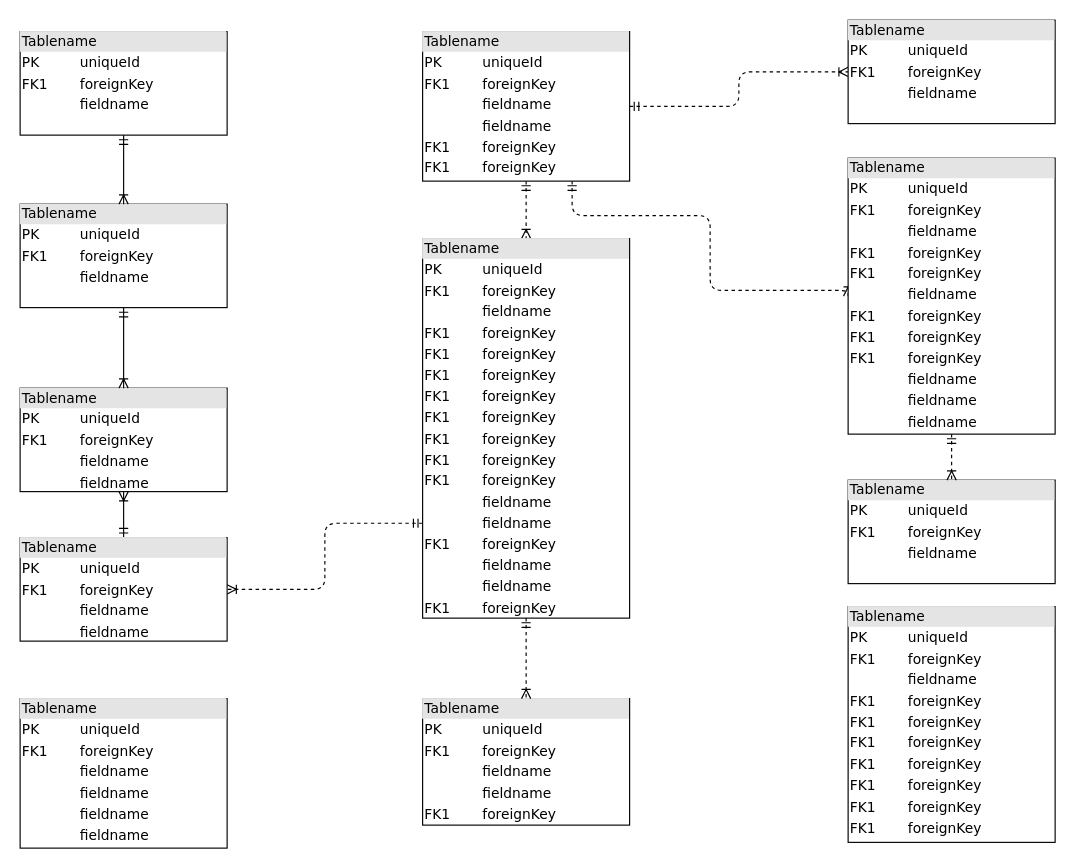
diego30k/vpconnect keeps this draw.io diagram as VPConnect.drawio. Above is the earlier version. Source tidied: cells renumbered, new cells numbered last; positions are measured from the earlier drawing's top-left corner, leaving out a move shared by most shapes. Both pictures are drawn from the tidied source at 115%, with x=0, y=0 at pixel (20, 20).
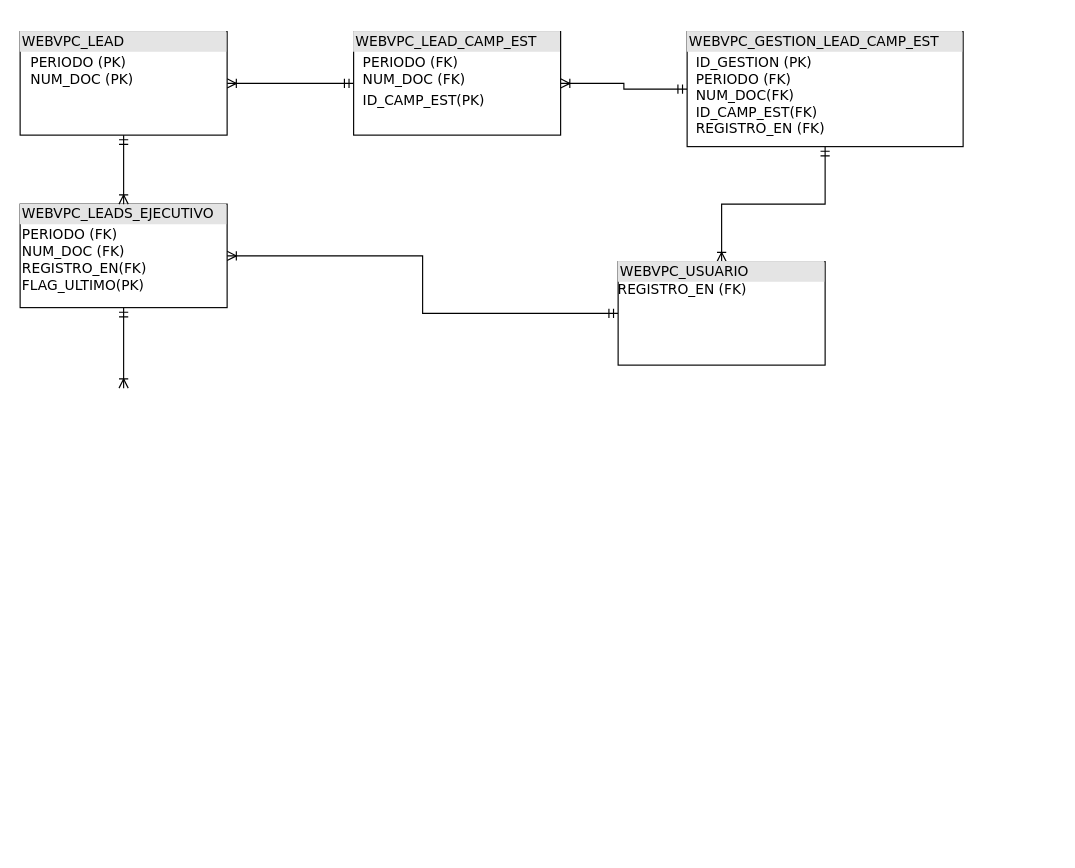
After the change.

Diff of the diagram source:
```diff
@@
+    <mxCell id="23" style="edgeStyle=orthogonalEdgeStyle;rounded=0;jettySize=auto;html=1;entryX=0;entryY=0.5;entryDx=0;entryDy=0;endArrow=ERmandOne;endFill=0;startArrow=ERoneToMany;startFill=0;" parent="1" edge="1" source="2" target="26">
+      <mxGeometry relative="1" as="geometry" />
+    </mxCell>
-    <mxCell id="2" value="&lt;div style=&quot;box-sizing:border-box;width:100%;background:#e4e4e4;padding:2px;&quot;&gt;Tablename&lt;/div&gt;&lt;table style=&quot;width:100%;font-size:1em;&quot; cellpadding=&quot;2&quot; cellspacing=&quot;0&quot;&gt;&lt;tr&gt;&lt;td&gt;PK&lt;/td&gt;&lt;td&gt;uniqueId&lt;/td&gt;&lt;/tr&gt;&lt;tr&gt;&lt;td&gt;FK1&lt;/td&gt;&lt;td&gt;foreignKey&lt;/td&gt;&lt;/tr&gt;&lt;tr&gt;&lt;td&gt;&lt;/td&gt;&lt;td&gt;fieldname&lt;/td&gt;&lt;/tr&gt;&lt;/table&gt;" style="verticalAlign=top;align=left;overflow=fill;html=1;rounded=0;shadow=0;comic=0;labelBackgroundColor=none;strokeWidth=1;fontFamily=Verdana;fontSize=12;" parent="1" vertex="1">
+    <mxCell id="2" value="&lt;div style=&quot;box-sizing: border-box ; width: 100% ; background: #e4e4e4 ; padding: 2px&quot;&gt;WEBVPC_LEAD&lt;/div&gt;&lt;table cellpadding=&quot;2&quot; cellspacing=&quot;0&quot; style=&quot;font-size: 1em ; width: 180px&quot;&gt;&lt;tbody&gt;&lt;tr&gt;&lt;td&gt;&lt;/td&gt;&lt;td&gt;PERIODO (PK)&lt;br&gt;NUM_DOC (PK)&lt;/td&gt;&lt;/tr&gt;&lt;tr&gt;&lt;td&gt;&lt;/td&gt;&lt;td&gt;&lt;br&gt;&lt;/td&gt;&lt;/tr&gt;&lt;/tbody&gt;&lt;/table&gt;" style="verticalAlign=top;align=left;overflow=fill;html=1;rounded=0;shadow=0;comic=0;labelBackgroundColor=none;strokeWidth=1;fontFamily=Verdana;fontSize=12;" parent="1" vertex="1">
       <mxGeometry y="10" width="180" height="90" as="geometry" />
     </mxCell>
-    <mxCell id="3" style="edgeStyle=orthogonalEdgeStyle;html=1;entryX=0.5;entryY=0;dashed=1;labelBackgroundColor=none;startArrow=ERmandOne;endArrow=ERoneToMany;fontFamily=Verdana;fontSize=12;align=left;" parent="1" edge="1" source="6" target="16">
-      <mxGeometry relative="1" as="geometry" />
-    </mxCell>
-    <mxCell id="4" style="edgeStyle=orthogonalEdgeStyle;html=1;dashed=1;labelBackgroundColor=none;startArrow=ERmandOne;endArrow=ERoneToMany;fontFamily=Verdana;fontSize=12;align=left;entryX=0;entryY=0.5;" parent="1" edge="1" source="6" target="19">
-      <mxGeometry relative="1" as="geometry">
-        <Array as="points">
-          <mxPoint x="480" y="170" />
-          <mxPoint x="600" y="170" />
-          <mxPoint x="600" y="235" />
-        </Array>
-      </mxGeometry>
-    </mxCell>
-    <mxCell id="5" style="edgeStyle=orthogonalEdgeStyle;html=1;dashed=1;labelBackgroundColor=none;startArrow=ERmandOne;endArrow=ERoneToMany;fontFamily=Verdana;fontSize=12;align=left;" parent="1" edge="1" source="6" target="20">
-      <mxGeometry relative="1" as="geometry" />
-    </mxCell>
-    <mxCell id="6" value="&lt;div style=&quot;box-sizing: border-box ; width: 100% ; background: #e4e4e4 ; padding: 2px&quot;&gt;Tablename&lt;/div&gt;&lt;table style=&quot;width: 100% ; font-size: 1em&quot; cellpadding=&quot;2&quot; cellspacing=&quot;0&quot;&gt;&lt;tbody&gt;&lt;tr&gt;&lt;td&gt;PK&lt;/td&gt;&lt;td&gt;uniqueId&lt;/td&gt;&lt;/tr&gt;&lt;tr&gt;&lt;td&gt;FK1&lt;/td&gt;&lt;td&gt;foreignKey&lt;/td&gt;&lt;/tr&gt;&lt;tr&gt;&lt;td&gt;&lt;/td&gt;&lt;td&gt;fieldname&lt;/td&gt;&lt;/tr&gt;&lt;tr&gt;&lt;td&gt;&lt;br&gt;&lt;/td&gt;&lt;td&gt;fieldname&lt;br&gt;&lt;/td&gt;&lt;/tr&gt;&lt;tr&gt;&lt;td&gt;FK1&lt;br&gt;&lt;/td&gt;&lt;td&gt;foreignKey&lt;br&gt;&lt;/td&gt;&lt;/tr&gt;&lt;tr&gt;&lt;td&gt;FK1&lt;br&gt;&lt;/td&gt;&lt;td&gt;foreignKey&lt;br&gt;&lt;/td&gt;&lt;/tr&gt;&lt;/tbody&gt;&lt;/table&gt;" style="verticalAlign=top;align=left;overflow=fill;html=1;rounded=0;shadow=0;comic=0;labelBackgroundColor=none;strokeWidth=1;fontFamily=Verdana;fontSize=12;" parent="1" vertex="1">
-      <mxGeometry x="350" y="10" width="180" height="130" as="geometry" />
-    </mxCell>
-    <mxCell id="7" style="edgeStyle=orthogonalEdgeStyle;html=1;labelBackgroundColor=none;startArrow=ERmandOne;endArrow=ERoneToMany;fontFamily=Verdana;fontSize=12;align=left;" parent="1" edge="1" source="9" target="10">
-      <mxGeometry relative="1" as="geometry" />
-    </mxCell>
-    <mxCell id="8" style="edgeStyle=orthogonalEdgeStyle;html=1;exitX=0;exitY=0.75;entryX=1;entryY=0.5;dashed=1;labelBackgroundColor=none;startArrow=ERmandOne;endArrow=ERoneToMany;fontFamily=Verdana;fontSize=12;align=left;" parent="1" edge="1" source="16" target="9">
-      <mxGeometry relative="1" as="geometry" />
-    </mxCell>
-    <mxCell id="9" value="&lt;div style=&quot;box-sizing: border-box ; width: 100% ; background: #e4e4e4 ; padding: 2px&quot;&gt;Tablename&lt;/div&gt;&lt;table style=&quot;width: 100% ; font-size: 1em&quot; cellpadding=&quot;2&quot; cellspacing=&quot;0&quot;&gt;&lt;tbody&gt;&lt;tr&gt;&lt;td&gt;PK&lt;/td&gt;&lt;td&gt;uniqueId&lt;/td&gt;&lt;/tr&gt;&lt;tr&gt;&lt;td&gt;FK1&lt;/td&gt;&lt;td&gt;foreignKey&lt;/td&gt;&lt;/tr&gt;&lt;tr&gt;&lt;td&gt;&lt;/td&gt;&lt;td&gt;fieldname&lt;/td&gt;&lt;/tr&gt;&lt;tr&gt;&lt;td&gt;&lt;br&gt;&lt;/td&gt;&lt;td&gt;fieldname&lt;br&gt;&lt;/td&gt;&lt;/tr&gt;&lt;/tbody&gt;&lt;/table&gt;" style="verticalAlign=top;align=left;overflow=fill;html=1;rounded=0;shadow=0;comic=0;labelBackgroundColor=none;strokeWidth=1;fontFamily=Verdana;fontSize=12;" parent="1" vertex="1">
-      <mxGeometry y="450" width="180" height="90" as="geometry" />
-    </mxCell>
-    <mxCell id="10" value="&lt;div style=&quot;box-sizing: border-box ; width: 100% ; background: #e4e4e4 ; padding: 2px&quot;&gt;Tablename&lt;/div&gt;&lt;table style=&quot;width: 100% ; font-size: 1em&quot; cellpadding=&quot;2&quot; cellspacing=&quot;0&quot;&gt;&lt;tbody&gt;&lt;tr&gt;&lt;td&gt;PK&lt;/td&gt;&lt;td&gt;uniqueId&lt;/td&gt;&lt;/tr&gt;&lt;tr&gt;&lt;td&gt;FK1&lt;/td&gt;&lt;td&gt;foreignKey&lt;/td&gt;&lt;/tr&gt;&lt;tr&gt;&lt;td&gt;&lt;/td&gt;&lt;td&gt;fieldname&lt;/td&gt;&lt;/tr&gt;&lt;tr&gt;&lt;td&gt;&lt;br&gt;&lt;/td&gt;&lt;td&gt;fieldname&lt;br&gt;&lt;/td&gt;&lt;/tr&gt;&lt;/tbody&gt;&lt;/table&gt;" style="verticalAlign=top;align=left;overflow=fill;html=1;rounded=0;shadow=0;comic=0;labelBackgroundColor=none;strokeWidth=1;fontFamily=Verdana;fontSize=12;" parent="1" vertex="1">
-      <mxGeometry y="320" width="180" height="90" as="geometry" />
-    </mxCell>
-    <mxCell id="11" style="edgeStyle=orthogonalEdgeStyle;html=1;entryX=0.5;entryY=0;labelBackgroundColor=none;startArrow=ERmandOne;endArrow=ERoneToMany;fontFamily=Verdana;fontSize=12;align=left;" parent="1" edge="1" source="12" target="10">
-      <mxGeometry relative="1" as="geometry" />
+    <mxCell id="11" style="edgeStyle=orthogonalEdgeStyle;html=1;entryX=0.5;entryY=0;labelBackgroundColor=none;startArrow=ERmandOne;endArrow=ERoneToMany;fontFamily=Verdana;fontSize=12;align=left;" parent="1" edge="1" source="12">
+      <mxGeometry relative="1" as="geometry">
+        <mxPoint x="90" y="320" as="targetPoint" />
+      </mxGeometry>
     </mxCell>
+    <mxCell id="24" style="edgeStyle=orthogonalEdgeStyle;rounded=0;jettySize=auto;html=1;entryX=0;entryY=0.5;entryDx=0;entryDy=0;startArrow=ERoneToMany;startFill=0;endArrow=ERmandOne;endFill=0;" parent="1" edge="1" source="12" target="29">
+      <mxGeometry relative="1" as="geometry" />
+    </mxCell>
-    <mxCell id="12" value="&lt;div style=&quot;box-sizing:border-box;width:100%;background:#e4e4e4;padding:2px;&quot;&gt;Tablename&lt;/div&gt;&lt;table style=&quot;width:100%;font-size:1em;&quot; cellpadding=&quot;2&quot; cellspacing=&quot;0&quot;&gt;&lt;tr&gt;&lt;td&gt;PK&lt;/td&gt;&lt;td&gt;uniqueId&lt;/td&gt;&lt;/tr&gt;&lt;tr&gt;&lt;td&gt;FK1&lt;/td&gt;&lt;td&gt;foreignKey&lt;/td&gt;&lt;/tr&gt;&lt;tr&gt;&lt;td&gt;&lt;/td&gt;&lt;td&gt;fieldname&lt;/td&gt;&lt;/tr&gt;&lt;/table&gt;" style="verticalAlign=top;align=left;overflow=fill;html=1;rounded=0;shadow=0;comic=0;labelBackgroundColor=none;strokeWidth=1;fontFamily=Verdana;fontSize=12;" parent="1" vertex="1">
+    <mxCell id="12" value="&lt;div style=&quot;box-sizing: border-box ; width: 100% ; background: #e4e4e4 ; padding: 2px&quot;&gt;WEBVPC_LEADS_EJECUTIVO&lt;/div&gt;&lt;table style=&quot;width: 100% ; font-size: 1em&quot; cellpadding=&quot;2&quot; cellspacing=&quot;0&quot;&gt;&lt;tbody&gt;&lt;tr&gt;&lt;td&gt;PERIODO (FK)&lt;br&gt;NUM_DOC (FK)&lt;br&gt;REGISTRO_EN(FK)&lt;br&gt;FLAG_ULTIMO(PK)&lt;/td&gt;&lt;td&gt;&lt;/td&gt;&lt;/tr&gt;&lt;/tbody&gt;&lt;/table&gt;" style="verticalAlign=top;align=left;overflow=fill;html=1;rounded=0;shadow=0;comic=0;labelBackgroundColor=none;strokeWidth=1;fontFamily=Verdana;fontSize=12;" parent="1" vertex="1">
       <mxGeometry y="160" width="180" height="90" as="geometry" />
     </mxCell>
-    <mxCell id="13" value="&lt;div style=&quot;box-sizing: border-box ; width: 100% ; background: #e4e4e4 ; padding: 2px&quot;&gt;Tablename&lt;/div&gt;&lt;table style=&quot;width: 100% ; font-size: 1em&quot; cellpadding=&quot;2&quot; cellspacing=&quot;0&quot;&gt;&lt;tbody&gt;&lt;tr&gt;&lt;td&gt;PK&lt;/td&gt;&lt;td&gt;uniqueId&lt;/td&gt;&lt;/tr&gt;&lt;tr&gt;&lt;td&gt;FK1&lt;/td&gt;&lt;td&gt;foreignKey&lt;/td&gt;&lt;/tr&gt;&lt;tr&gt;&lt;td&gt;&lt;/td&gt;&lt;td&gt;fieldname&lt;/td&gt;&lt;/tr&gt;&lt;tr&gt;&lt;td&gt;FK1&lt;br&gt;&lt;/td&gt;&lt;td&gt;foreignKey&lt;br&gt;&lt;/td&gt;&lt;/tr&gt;&lt;tr&gt;&lt;td&gt;FK1&lt;br&gt;&lt;/td&gt;&lt;td&gt;foreignKey&lt;br&gt;&lt;/td&gt;&lt;/tr&gt;&lt;tr&gt;&lt;td&gt;FK1&lt;br&gt;&lt;/td&gt;&lt;td&gt;foreignKey&lt;br&gt;&lt;/td&gt;&lt;/tr&gt;&lt;tr&gt;&lt;td&gt;FK1&lt;br&gt;&lt;/td&gt;&lt;td&gt;foreignKey&lt;br&gt;&lt;/td&gt;&lt;/tr&gt;&lt;tr&gt;&lt;td&gt;FK1&lt;br&gt;&lt;/td&gt;&lt;td&gt;foreignKey&lt;br&gt;&lt;/td&gt;&lt;/tr&gt;&lt;tr&gt;&lt;td&gt;FK1&lt;br&gt;&lt;/td&gt;&lt;td&gt;foreignKey&lt;br&gt;&lt;/td&gt;&lt;/tr&gt;&lt;tr&gt;&lt;td&gt;FK1&lt;br&gt;&lt;/td&gt;&lt;td&gt;foreignKey&lt;br&gt;&lt;/td&gt;&lt;/tr&gt;&lt;/tbody&gt;&lt;/table&gt;" style="verticalAlign=top;align=left;overflow=fill;html=1;rounded=0;shadow=0;comic=0;labelBackgroundColor=none;strokeWidth=1;fontFamily=Verdana;fontSize=12;" parent="1" vertex="1">
-      <mxGeometry x="720" y="510" width="180" height="205" as="geometry" />
-    </mxCell>
-    <mxCell id="14" value="&lt;div style=&quot;box-sizing: border-box ; width: 100% ; background: #e4e4e4 ; padding: 2px&quot;&gt;Tablename&lt;/div&gt;&lt;table style=&quot;width: 100% ; font-size: 1em&quot; cellpadding=&quot;2&quot; cellspacing=&quot;0&quot;&gt;&lt;tbody&gt;&lt;tr&gt;&lt;td&gt;PK&lt;/td&gt;&lt;td&gt;uniqueId&lt;/td&gt;&lt;/tr&gt;&lt;tr&gt;&lt;td&gt;FK1&lt;/td&gt;&lt;td&gt;foreignKey&lt;/td&gt;&lt;/tr&gt;&lt;tr&gt;&lt;td&gt;&lt;/td&gt;&lt;td&gt;fieldname&lt;/td&gt;&lt;/tr&gt;&lt;tr&gt;&lt;td&gt;&lt;br&gt;&lt;/td&gt;&lt;td&gt;fieldname&lt;br&gt;&lt;/td&gt;&lt;/tr&gt;&lt;tr&gt;&lt;td&gt;FK1&lt;br&gt;&lt;/td&gt;&lt;td&gt;foreignKey&lt;br&gt;&lt;/td&gt;&lt;/tr&gt;&lt;/tbody&gt;&lt;/table&gt;" style="verticalAlign=top;align=left;overflow=fill;html=1;rounded=0;shadow=0;comic=0;labelBackgroundColor=none;strokeWidth=1;fontFamily=Verdana;fontSize=12;" parent="1" vertex="1">
-      <mxGeometry x="350" y="590" width="180" height="110" as="geometry" />
-    </mxCell>
-    <mxCell id="15" style="edgeStyle=orthogonalEdgeStyle;html=1;entryX=0.5;entryY=0;labelBackgroundColor=none;startArrow=ERmandOne;endArrow=ERoneToMany;fontFamily=Verdana;fontSize=12;align=left;dashed=1;" parent="1" edge="1" source="16" target="14">
-      <mxGeometry relative="1" as="geometry" />
-    </mxCell>
-    <mxCell id="16" value="&lt;div style=&quot;box-sizing: border-box ; width: 100% ; background: #e4e4e4 ; padding: 2px&quot;&gt;Tablename&lt;/div&gt;&lt;table style=&quot;width: 100% ; font-size: 1em&quot; cellpadding=&quot;2&quot; cellspacing=&quot;0&quot;&gt;&lt;tbody&gt;&lt;tr&gt;&lt;td&gt;PK&lt;/td&gt;&lt;td&gt;uniqueId&lt;/td&gt;&lt;/tr&gt;&lt;tr&gt;&lt;td&gt;FK1&lt;/td&gt;&lt;td&gt;foreignKey&lt;/td&gt;&lt;/tr&gt;&lt;tr&gt;&lt;td&gt;&lt;/td&gt;&lt;td&gt;fieldname&lt;/td&gt;&lt;/tr&gt;&lt;tr&gt;&lt;td&gt;FK1&lt;br&gt;&lt;/td&gt;&lt;td&gt;foreignKey&lt;br&gt;&lt;/td&gt;&lt;/tr&gt;&lt;tr&gt;&lt;td&gt;FK1&lt;br&gt;&lt;/td&gt;&lt;td&gt;foreignKey&lt;br&gt;&lt;/td&gt;&lt;/tr&gt;&lt;tr&gt;&lt;td&gt;FK1&lt;br&gt;&lt;/td&gt;&lt;td&gt;foreignKey&lt;br&gt;&lt;/td&gt;&lt;/tr&gt;&lt;tr&gt;&lt;td&gt;FK1&lt;br&gt;&lt;/td&gt;&lt;td&gt;foreignKey&lt;br&gt;&lt;/td&gt;&lt;/tr&gt;&lt;tr&gt;&lt;td&gt;FK1&lt;br&gt;&lt;/td&gt;&lt;td&gt;foreignKey&lt;br&gt;&lt;/td&gt;&lt;/tr&gt;&lt;tr&gt;&lt;td&gt;FK1&lt;br&gt;&lt;/td&gt;&lt;td&gt;foreignKey&lt;br&gt;&lt;/td&gt;&lt;/tr&gt;&lt;tr&gt;&lt;td&gt;FK1&lt;br&gt;&lt;/td&gt;&lt;td&gt;foreignKey&lt;br&gt;&lt;/td&gt;&lt;/tr&gt;&lt;tr&gt;&lt;td&gt;FK1&lt;br&gt;&lt;/td&gt;&lt;td&gt;foreignKey&lt;br&gt;&lt;/td&gt;&lt;/tr&gt;&lt;tr&gt;&lt;td&gt;&lt;br&gt;&lt;/td&gt;&lt;td&gt;fieldname&lt;br&gt;&lt;/td&gt;&lt;/tr&gt;&lt;tr&gt;&lt;td&gt;&lt;br&gt;&lt;/td&gt;&lt;td&gt;fieldname&lt;br&gt;&lt;/td&gt;&lt;/tr&gt;&lt;tr&gt;&lt;td&gt;FK1&lt;br&gt;&lt;/td&gt;&lt;td&gt;foreignKey&lt;br&gt;&lt;/td&gt;&lt;/tr&gt;&lt;tr&gt;&lt;td&gt;&lt;br&gt;&lt;/td&gt;&lt;td&gt;fieldname&lt;br&gt;&lt;/td&gt;&lt;/tr&gt;&lt;tr&gt;&lt;td&gt;&lt;br&gt;&lt;/td&gt;&lt;td&gt;fieldname&lt;br&gt;&lt;/td&gt;&lt;/tr&gt;&lt;tr&gt;&lt;td&gt;FK1&lt;br&gt;&lt;/td&gt;&lt;td&gt;foreignKey&lt;br&gt;&lt;/td&gt;&lt;/tr&gt;&lt;/tbody&gt;&lt;/table&gt;" style="verticalAlign=top;align=left;overflow=fill;html=1;rounded=0;shadow=0;comic=0;labelBackgroundColor=none;strokeWidth=1;fontFamily=Verdana;fontSize=12;" parent="1" vertex="1">
-      <mxGeometry x="350" y="190" width="180" height="330" as="geometry" />
-    </mxCell>
-    <mxCell id="17" value="&lt;div style=&quot;box-sizing:border-box;width:100%;background:#e4e4e4;padding:2px;&quot;&gt;Tablename&lt;/div&gt;&lt;table style=&quot;width:100%;font-size:1em;&quot; cellpadding=&quot;2&quot; cellspacing=&quot;0&quot;&gt;&lt;tr&gt;&lt;td&gt;PK&lt;/td&gt;&lt;td&gt;uniqueId&lt;/td&gt;&lt;/tr&gt;&lt;tr&gt;&lt;td&gt;FK1&lt;/td&gt;&lt;td&gt;foreignKey&lt;/td&gt;&lt;/tr&gt;&lt;tr&gt;&lt;td&gt;&lt;/td&gt;&lt;td&gt;fieldname&lt;/td&gt;&lt;/tr&gt;&lt;/table&gt;" style="verticalAlign=top;align=left;overflow=fill;html=1;rounded=0;shadow=0;comic=0;labelBackgroundColor=none;strokeWidth=1;fontFamily=Verdana;fontSize=12;" parent="1" vertex="1">
-      <mxGeometry x="720" y="400" width="180" height="90" as="geometry" />
-    </mxCell>
-    <mxCell id="18" style="edgeStyle=orthogonalEdgeStyle;html=1;entryX=0.5;entryY=0;dashed=1;labelBackgroundColor=none;startArrow=ERmandOne;endArrow=ERoneToMany;fontFamily=Verdana;fontSize=12;align=left;" parent="1" edge="1" source="19" target="17">
-      <mxGeometry relative="1" as="geometry" />
-    </mxCell>
-    <mxCell id="19" value="&lt;div style=&quot;box-sizing: border-box ; width: 100% ; background: #e4e4e4 ; padding: 2px&quot;&gt;Tablename&lt;/div&gt;&lt;table style=&quot;width: 100% ; font-size: 1em&quot; cellpadding=&quot;2&quot; cellspacing=&quot;0&quot;&gt;&lt;tbody&gt;&lt;tr&gt;&lt;td&gt;PK&lt;/td&gt;&lt;td&gt;uniqueId&lt;/td&gt;&lt;/tr&gt;&lt;tr&gt;&lt;td&gt;FK1&lt;/td&gt;&lt;td&gt;foreignKey&lt;/td&gt;&lt;/tr&gt;&lt;tr&gt;&lt;td&gt;&lt;/td&gt;&lt;td&gt;fieldname&lt;/td&gt;&lt;/tr&gt;&lt;tr&gt;&lt;td&gt;FK1&lt;br&gt;&lt;/td&gt;&lt;td&gt;foreignKey&lt;br&gt;&lt;/td&gt;&lt;/tr&gt;&lt;tr&gt;&lt;td&gt;FK1&lt;br&gt;&lt;/td&gt;&lt;td&gt;foreignKey&lt;br&gt;&lt;/td&gt;&lt;/tr&gt;&lt;tr&gt;&lt;td&gt;&lt;br&gt;&lt;/td&gt;&lt;td&gt;fieldname&lt;br&gt;&lt;/td&gt;&lt;/tr&gt;&lt;tr&gt;&lt;td&gt;FK1&lt;br&gt;&lt;/td&gt;&lt;td&gt;foreignKey&lt;br&gt;&lt;/td&gt;&lt;/tr&gt;&lt;tr&gt;&lt;td&gt;FK1&lt;br&gt;&lt;/td&gt;&lt;td&gt;foreignKey&lt;br&gt;&lt;/td&gt;&lt;/tr&gt;&lt;tr&gt;&lt;td&gt;FK1&lt;br&gt;&lt;/td&gt;&lt;td&gt;foreignKey&lt;br&gt;&lt;/td&gt;&lt;/tr&gt;&lt;tr&gt;&lt;td&gt;&lt;br&gt;&lt;/td&gt;&lt;td&gt;fieldname&lt;br&gt;&lt;/td&gt;&lt;/tr&gt;&lt;tr&gt;&lt;td&gt;&lt;br&gt;&lt;/td&gt;&lt;td&gt;fieldname&lt;br&gt;&lt;/td&gt;&lt;/tr&gt;&lt;tr&gt;&lt;td&gt;&lt;br&gt;&lt;/td&gt;&lt;td&gt;fieldname&lt;br&gt;&lt;/td&gt;&lt;/tr&gt;&lt;/tbody&gt;&lt;/table&gt;" style="verticalAlign=top;align=left;overflow=fill;html=1;rounded=0;shadow=0;comic=0;labelBackgroundColor=none;strokeWidth=1;fontFamily=Verdana;fontSize=12;" parent="1" vertex="1">
-      <mxGeometry x="720" y="120" width="180" height="240" as="geometry" />
-    </mxCell>
-    <mxCell id="20" value="&lt;div style=&quot;box-sizing:border-box;width:100%;background:#e4e4e4;padding:2px;&quot;&gt;Tablename&lt;/div&gt;&lt;table style=&quot;width:100%;font-size:1em;&quot; cellpadding=&quot;2&quot; cellspacing=&quot;0&quot;&gt;&lt;tr&gt;&lt;td&gt;PK&lt;/td&gt;&lt;td&gt;uniqueId&lt;/td&gt;&lt;/tr&gt;&lt;tr&gt;&lt;td&gt;FK1&lt;/td&gt;&lt;td&gt;foreignKey&lt;/td&gt;&lt;/tr&gt;&lt;tr&gt;&lt;td&gt;&lt;/td&gt;&lt;td&gt;fieldname&lt;/td&gt;&lt;/tr&gt;&lt;/table&gt;" style="verticalAlign=top;align=left;overflow=fill;html=1;rounded=0;shadow=0;comic=0;labelBackgroundColor=none;strokeWidth=1;fontFamily=Verdana;fontSize=12;" parent="1" vertex="1">
-      <mxGeometry x="720" width="180" height="90" as="geometry" />
-    </mxCell>
-    <mxCell id="21" value="&lt;div style=&quot;box-sizing: border-box ; width: 100% ; background: #e4e4e4 ; padding: 2px&quot;&gt;Tablename&lt;/div&gt;&lt;table style=&quot;width: 100% ; font-size: 1em&quot; cellpadding=&quot;2&quot; cellspacing=&quot;0&quot;&gt;&lt;tbody&gt;&lt;tr&gt;&lt;td&gt;PK&lt;/td&gt;&lt;td&gt;uniqueId&lt;/td&gt;&lt;/tr&gt;&lt;tr&gt;&lt;td&gt;FK1&lt;/td&gt;&lt;td&gt;foreignKey&lt;/td&gt;&lt;/tr&gt;&lt;tr&gt;&lt;td&gt;&lt;/td&gt;&lt;td&gt;fieldname&lt;/td&gt;&lt;/tr&gt;&lt;tr&gt;&lt;td&gt;&lt;br&gt;&lt;/td&gt;&lt;td&gt;fieldname&lt;br&gt;&lt;/td&gt;&lt;/tr&gt;&lt;tr&gt;&lt;td&gt;&lt;br&gt;&lt;/td&gt;&lt;td&gt;fieldname&lt;br&gt;&lt;/td&gt;&lt;/tr&gt;&lt;tr&gt;&lt;td&gt;&lt;br&gt;&lt;/td&gt;&lt;td&gt;fieldname&lt;br&gt;&lt;/td&gt;&lt;/tr&gt;&lt;/tbody&gt;&lt;/table&gt;" style="verticalAlign=top;align=left;overflow=fill;html=1;rounded=0;shadow=0;comic=0;labelBackgroundColor=none;strokeWidth=1;fontFamily=Verdana;fontSize=12;" parent="1" vertex="1">
-      <mxGeometry y="590" width="180" height="130" as="geometry" />
-    </mxCell>
@@
+    <mxCell id="25" style="edgeStyle=orthogonalEdgeStyle;rounded=0;jettySize=auto;html=1;startArrow=ERoneToMany;startFill=0;endArrow=ERmandOne;endFill=0;" parent="1" edge="1" source="26" target="27">
+      <mxGeometry relative="1" as="geometry" />
+    </mxCell>
+    <mxCell id="26" value="&lt;div style=&quot;box-sizing: border-box ; width: 100% ; background: #e4e4e4 ; padding: 2px&quot;&gt;WEBVPC_LEAD_CAMP_EST&lt;/div&gt;&lt;table cellpadding=&quot;2&quot; cellspacing=&quot;0&quot; style=&quot;font-size: 1em ; width: 180px&quot;&gt;&lt;tbody&gt;&lt;tr&gt;&lt;td&gt;&lt;/td&gt;&lt;td&gt;PERIODO (FK)&lt;br&gt;NUM_DOC (FK)&lt;/td&gt;&lt;/tr&gt;&lt;tr&gt;&lt;td&gt;&lt;/td&gt;&lt;td&gt;ID_CAMP_EST(PK)&lt;/td&gt;&lt;/tr&gt;&lt;/tbody&gt;&lt;/table&gt;" style="verticalAlign=top;align=left;overflow=fill;html=1;rounded=0;shadow=0;comic=0;labelBackgroundColor=none;strokeWidth=1;fontFamily=Verdana;fontSize=12;" parent="1" vertex="1">
+      <mxGeometry x="290" y="10" width="180" height="90" as="geometry" />
+    </mxCell>
+    <mxCell id="27" value="&lt;div style=&quot;box-sizing: border-box ; width: 100% ; background: #e4e4e4 ; padding: 2px&quot;&gt;WEBVPC_GESTION_LEAD_CAMP_EST&lt;/div&gt;&lt;table cellpadding=&quot;2&quot; cellspacing=&quot;0&quot; style=&quot;font-size: 1em ; width: 180px&quot;&gt;&lt;tbody&gt;&lt;tr&gt;&lt;td&gt;&lt;/td&gt;&lt;td&gt;ID_GESTION (PK)&lt;br&gt;PERIODO (FK)&lt;br&gt;NUM_DOC(FK)&lt;br&gt;ID_CAMP_EST(FK)&lt;br&gt;REGISTRO_EN (FK)&lt;/td&gt;&lt;/tr&gt;&lt;/tbody&gt;&lt;/table&gt;" style="verticalAlign=top;align=left;overflow=fill;html=1;rounded=0;shadow=0;comic=0;labelBackgroundColor=none;strokeWidth=1;fontFamily=Verdana;fontSize=12;" parent="1" vertex="1">
+      <mxGeometry x="580" y="10" width="240" height="100" as="geometry" />
+    </mxCell>
+    <mxCell id="28" style="edgeStyle=orthogonalEdgeStyle;rounded=0;jettySize=auto;html=1;entryX=0.5;entryY=1;entryDx=0;entryDy=0;startArrow=ERoneToMany;startFill=0;endArrow=ERmandOne;endFill=0;" parent="1" edge="1" source="29" target="27">
+      <mxGeometry relative="1" as="geometry" />
+    </mxCell>
+    <mxCell id="29" value="&lt;div style=&quot;box-sizing: border-box ; width: 100% ; background: #e4e4e4 ; padding: 2px&quot;&gt;WEBVPC_USUARIO&lt;/div&gt;REGISTRO_EN (FK)" style="verticalAlign=top;align=left;overflow=fill;html=1;rounded=0;shadow=0;comic=0;labelBackgroundColor=none;strokeWidth=1;fontFamily=Verdana;fontSize=12;" parent="1" vertex="1">
+      <mxGeometry x="520" y="210" width="180" height="90" as="geometry" />
+    </mxCell>
```
